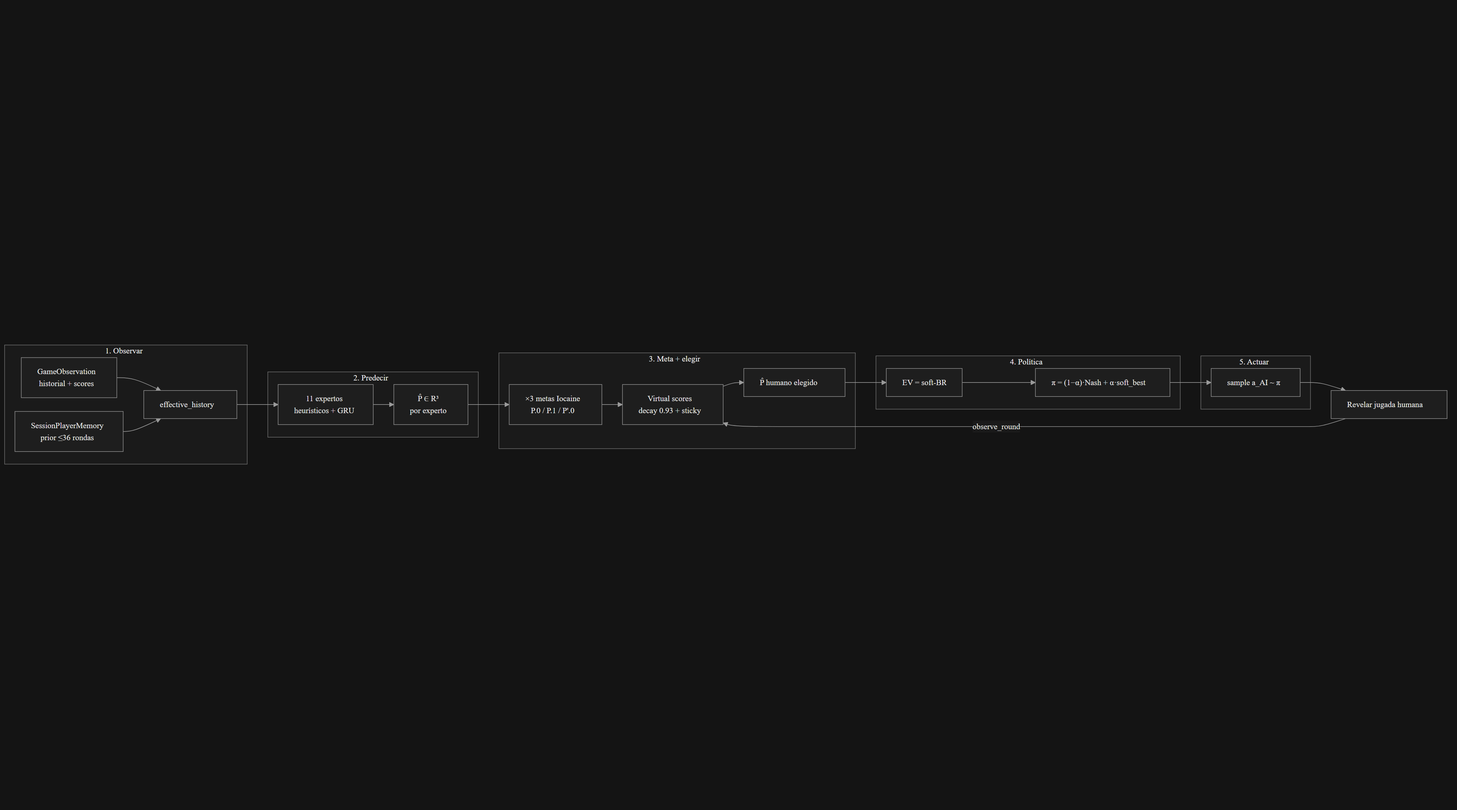
Above: docs/inference_pipeline.png in AndresBlue/rps13-adaptive-agent (Mermaid), before the change. Its source is kept beside it as docs/inference_pipeline.mmd.
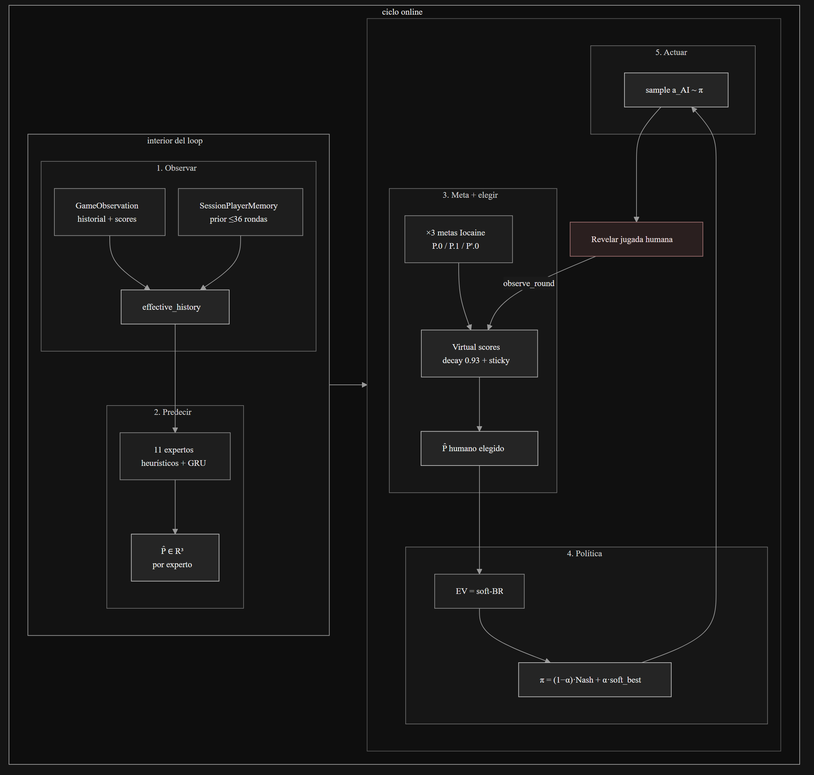
After the change.

Commit message:
Place steps 1-2 inside the inference loop for a squarer Mermaid figure.

The edit, as a diff of the source:
```diff
@@ -2,14 +2,14 @@
   "flowchart": {
     "htmlLabels": true,
     "curve": "basis",
-    "padding": 14,
-    "nodeSpacing": 24,
-    "rankSpacing": 36
+    "padding": 16,
+    "nodeSpacing": 20,
+    "rankSpacing": 32
   },
   "theme": "dark",
   "themeVariables": {
     "fontFamily": "Segoe UI, Helvetica, Arial, sans-serif",
-    "fontSize": "14px",
+    "fontSize": "13px",
     "darkMode": true,
     "background": "#141414",
     "primaryColor": "#1E1E1E",
@@ -21,39 +21,79 @@
     "textColor": "#E8E8E8",
     "mainBkg": "#1E1E1E",
     "nodeBorder": "#8A8A8A",
-    "clusterBkg": "#1A1A1A",
+    "clusterBkg": "#161616",
     "clusterBorder": "#6A6A6A",
     "titleColor": "#F0F0F0",
     "edgeLabelBackground": "#1A1A1A"
   }
 }}%%
 flowchart LR
-  subgraph observe ["1. Observar"]
-    Obs[GameObservation<br/>historial + scores]
-    Mem[SessionPlayerMemory<br/>prior ≤36 rondas]
-    Obs --> Hist[effective_history]
-    Mem --> Hist
+  subgraph loop["ciclo online"]
+    direction LR
+
+    subgraph interior["interior del loop"]
+      direction TB
+
+      subgraph observe ["1. Observar"]
+        Obs[GameObservation<br/>historial + scores]
+        Mem[SessionPlayerMemory<br/>prior ≤36 rondas]
+        Obs --> Hist[effective_history]
+        Mem --> Hist
+      end
+
+      subgraph predict ["2. Predecir"]
+        Exp[11 expertos<br/>heurísticos + GRU]
+        Ph["P̂ ∈ R³<br/>por experto"]
+        Hist --> Exp --> Ph
+      end
+    end
+
+    subgraph ring[" "]
+      direction TB
+
+      subgraph meta ["3. Meta + elegir"]
+        Meta["×3 metas Iocaine<br/>P.0 / P.1 / P'.0"]
+        Scores[Virtual scores<br/>decay 0.93 + sticky]
+        Chosen["P̂ humano elegido"]
+        Meta --> Scores --> Chosen
+      end
+
+      subgraph policy ["4. Política"]
+        EV["EV = soft-BR"]
+        Mix["π = (1−α)·Nash + α·soft_best"]
+        EV --> Mix
+      end
+
+      subgraph act ["5. Actuar"]
+        Sample["sample a_AI ~ π"]
+      end
+
+      Reveal[Revelar jugada humana]
+      Mix --> Sample --> Reveal
+    end
+
+    Ph --> Meta
+    Chosen --> EV
+    Reveal -->|observe_round| Scores
   end
 
-  subgraph predict ["2. Predecir"]
-    Hist --> Exp[11 expertos<br/>heurísticos + GRU]
-    Exp --> Ph["P̂ ∈ R³<br/>por experto"]
-  end
-
-  subgraph meta ["3. Meta + elegir"]
-    Ph --> Meta["×3 metas Iocaine<br/>P.0 / P.1 / P'.0"]
-    Meta --> Scores[Virtual scores<br/>decay 0.93 + sticky]
-    Scores --> Chosen["P̂ humano elegido"]
-  end
-
-  subgraph policy ["4. Política"]
-    Chosen --> EV["EV = soft-BR"]
-    EV --> Mix["π = (1−α)·Nash + α·soft_best"]
-  end
-
-  subgraph act ["5. Actuar"]
-    Mix --> Sample["sample a_AI ~ π"]
-  end
-
-  Sample --> Reveal[Revelar jugada humana]
-  Reveal -->|observe_round| Scores
+  style Obs fill:#1E1E1E,stroke:#8A8A8A,color:#E8E8E8
+  style Mem fill:#1E1E1E,stroke:#8A8A8A,color:#E8E8E8
+  style Hist fill:#252525,stroke:#C0C0C0,color:#F0F0F0
+  style Exp fill:#1E1E1E,stroke:#8A8A8A,color:#E8E8E8
+  style Ph fill:#252525,stroke:#C0C0C0,color:#F0F0F0
+  style Meta fill:#1E1E1E,stroke:#8A8A8A,color:#E8E8E8
+  style Scores fill:#252525,stroke:#B0B0B0,color:#F0F0F0
+  style Chosen fill:#252525,stroke:#C0C0C0,color:#F0F0F0
+  style EV fill:#1E1E1E,stroke:#8A8A8A,color:#E8E8E8
+  style Mix fill:#252525,stroke:#C0C0C0,color:#F0F0F0
+  style Sample fill:#252525,stroke:#C0C0C0,color:#F0F0F0
+  style Reveal fill:#2A1F1F,stroke:#A07070,color:#F0E0E0
+  style observe fill:#161616,stroke:#6A6A6A,color:#D0D0D0
+  style predict fill:#161616,stroke:#6A6A6A,color:#D0D0D0
+  style meta fill:#161616,stroke:#6A6A6A,color:#D0D0D0
+  style policy fill:#161616,stroke:#6A6A6A,color:#D0D0D0
+  style act fill:#161616,stroke:#6A6A6A,color:#D0D0D0
+  style interior fill:#121212,stroke:#9A9A9A,color:#D8D8D8
+  style ring fill:#101010,stroke:#555555,color:#888888
+  style loop fill:#0E0E0E,stroke:#A0A0A0,color:#E8E8E8
```
